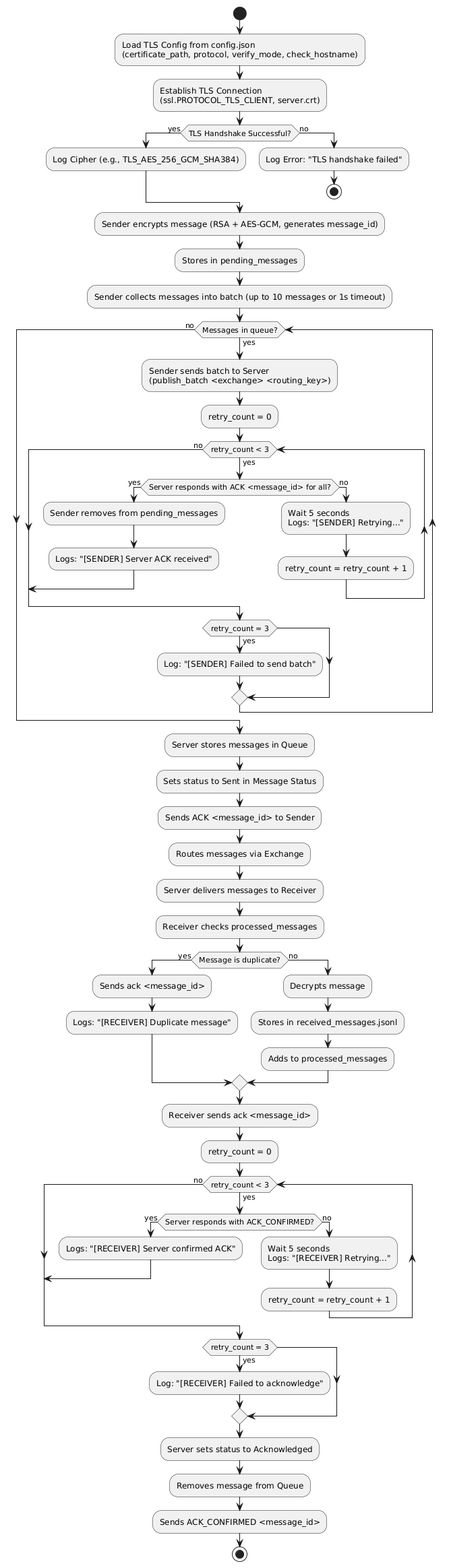
This is docs/diagrams/Activity_Diagram.png from CipherSecurityLab/CipherMQ, a PlantUML export, as it was before one commit.
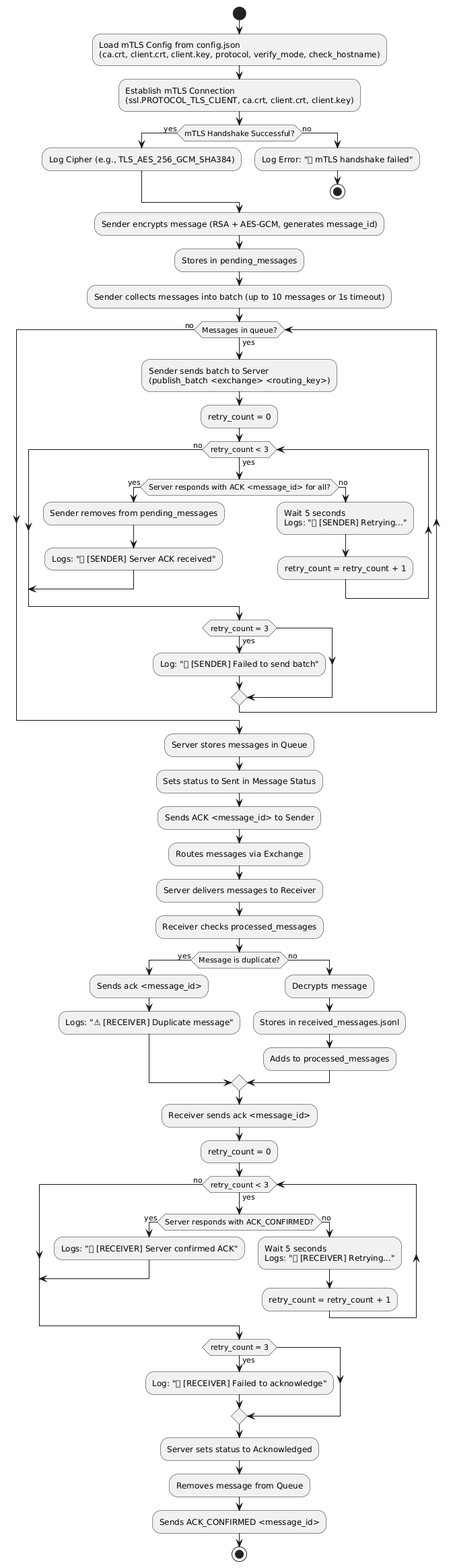
After the commit.

Change to the diagram source:
```diff
@@ -1,12 +1,12 @@
 @startuml
 start
 
-:Load TLS Config from config.json\n(certificate_path, protocol, verify_mode, check_hostname);
-:Establish TLS Connection\n(ssl.PROTOCOL_TLS_CLIENT, server.crt);
-if (TLS Handshake Successful?) then (yes)
+:Load mTLS Config from config.json\n(ca.crt, client.crt, client.key, protocol, verify_mode, check_hostname);
+:Establish mTLS Connection\n(ssl.PROTOCOL_TLS_CLIENT, ca.crt, client.crt, client.key);
+if (mTLS Handshake Successful?) then (yes)
     :Log Cipher (e.g., TLS_AES_256_GCM_SHA384);
 else (no)
-    :Log Error: "TLS handshake failed";
+    :Log Error: "❌ mTLS handshake failed";
     stop
 endif
 
@@ -21,15 +21,15 @@
     while (retry_count < 3) is (yes)
         if (Server responds with ACK <message_id> for all?) then (yes)
             :Sender removes from pending_messages;
-            :Logs: "[SENDER] Server ACK received";
+            :Logs: "✅ [SENDER] Server ACK received";
             break
         else (no)
-            :Wait 5 seconds\nLogs: "[SENDER] Retrying...";
+            :Wait 5 seconds\nLogs: "🔁 [SENDER] Retrying...";
             :retry_count = retry_count + 1;
         endif
     endwhile (no)
     if (retry_count = 3) then (yes)
-        :Log: "[SENDER] Failed to send batch";
+        :Log: "❌ [SENDER] Failed to send batch";
     endif
 endwhile (no)
 
@@ -43,7 +43,7 @@
 :Receiver checks processed_messages;
 if (Message is duplicate?) then (yes)
     :Sends ack <message_id>;
-    :Logs: "[RECEIVER] Duplicate message";
+    :Logs: "⚠️ [RECEIVER] Duplicate message";
 else (no)
     :Decrypts message;
     :Stores in received_messages.jsonl;
@@ -54,15 +54,15 @@
 :retry_count = 0;
 while (retry_count < 3) is (yes)
     if (Server responds with ACK_CONFIRMED?) then (yes)
-        :Logs: "[RECEIVER] Server confirmed ACK";
+        :Logs: "✅ [RECEIVER] Server confirmed ACK";
         break
     else (no)
-        :Wait 5 seconds\nLogs: "[RECEIVER] Retrying...";
+        :Wait 5 seconds\nLogs: "🔁 [RECEIVER] Retrying...";
         :retry_count = retry_count + 1;
     endif
 endwhile (no)
 if (retry_count = 3) then (yes)
-    :Log: "[RECEIVER] Failed to acknowledge";
+    :Log: "❌ [RECEIVER] Failed to acknowledge";
 endif
 
 :Server sets status to Acknowledged;
```
